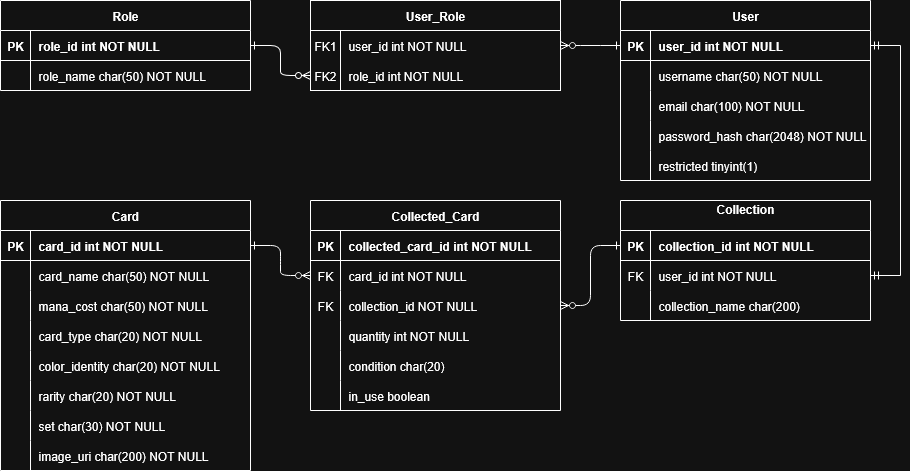
Above: Capstone-database-ERD.png in NikM3/Capstone-Wizards-Of-The-Code (draw.io), before the change. Source tidied: cells renumbered, new cells last; positions are measured from the earlier drawing's top-left corner, leaving out a move shared by most shapes.
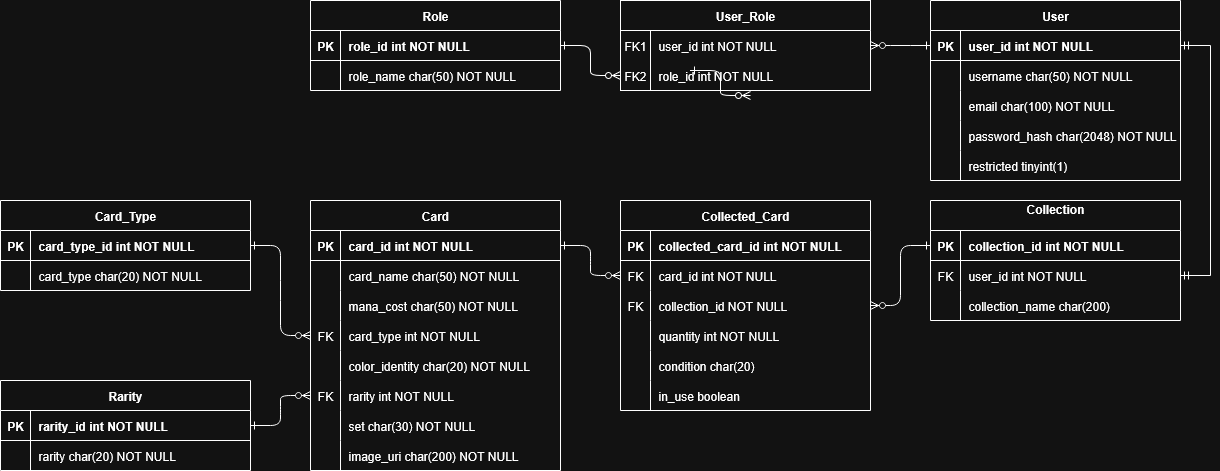
Above is the later version.

Commit message:
Expanded the database schema to add indexing to card_type and rarity

The edit, as a diff of the source:
```diff
@@ -5,8 +5,11 @@
     <mxCell id="2" style="edgeStyle=entityRelationEdgeStyle;endArrow=ERzeroToMany;startArrow=ERone;endFill=1;startFill=0;entryX=0;entryY=0.5;entryDx=0;entryDy=0;" parent="1" edge="1" source="28" target="8">
       <mxGeometry relative="1" as="geometry" />
     </mxCell>
-    <mxCell id="3" style="edgeStyle=entityRelationEdgeStyle;endArrow=ERzeroToMany;startArrow=ERone;endFill=1;startFill=0;" parent="1" edge="1" source="x" target="x">
-      <mxGeometry relative="1" as="geometry" />
+    <mxCell id="3" style="edgeStyle=entityRelationEdgeStyle;endArrow=ERzeroToMany;startArrow=ERone;endFill=1;startFill=0;" parent="1" edge="1">
+      <mxGeometry relative="1" as="geometry">
+        <mxPoint x="380" y="70" as="sourcePoint" />
+        <mxPoint x="440" y="95" as="targetPoint" />
+      </mxGeometry>
     </mxCell>
     <mxCell id="4" value="User_Role" style="shape=table;startSize=30;rowLines=0;fontStyle=1;align=center;" parent="1" vertex="1">
       <mxGeometry x="310" width="250" height="90" as="geometry" />
@@ -131,10 +134,10 @@
     <mxCell id="44" style="shape=partialRectangle;fillColor=none;points=[[0,0.5],[1,0.5]];portConstraint=eastwest;top=0;left=0;right=0;bottom=0;" parent="34" vertex="1">
       <mxGeometry y="120" width="250" height="30" as="geometry" />
     </mxCell>
-    <mxCell id="45" style="shape=partialRectangle;overflow=hidden;fillColor=none;top=0;left=0;bottom=0;right=0;" parent="44" vertex="1">
+    <mxCell id="45" value="FK" style="shape=partialRectangle;overflow=hidden;fillColor=none;top=0;left=0;bottom=0;right=0;" parent="44" vertex="1">
       <mxGeometry width="30" height="30" as="geometry" />
     </mxCell>
-    <mxCell id="46" value="card_type char(20) NOT NULL" style="shape=partialRectangle;overflow=hidden;fillColor=none;top=0;left=0;bottom=0;right=0;align=left;spacingLeft=6;" parent="44" vertex="1">
+    <mxCell id="46" value="card_type int NOT NULL" style="shape=partialRectangle;overflow=hidden;fillColor=none;top=0;left=0;bottom=0;right=0;align=left;spacingLeft=6;" parent="44" vertex="1">
       <mxGeometry x="30" width="220" height="30" as="geometry" />
     </mxCell>
     <mxCell id="47" style="shape=partialRectangle;fillColor=none;top=0;left=0;right=0;bottom=0;" parent="34" vertex="1">
@@ -149,10 +152,10 @@
     <mxCell id="50" style="shape=partialRectangle;fillColor=none;points=[[0,0.5],[1,0.5]];portConstraint=eastwest;top=0;left=0;right=0;bottom=0;" parent="34" vertex="1">
       <mxGeometry y="180" width="250" height="30" as="geometry" />
     </mxCell>
-    <mxCell id="51" style="shape=partialRectangle;overflow=hidden;fillColor=none;top=0;left=0;bottom=0;right=0;" parent="50" vertex="1">
+    <mxCell id="51" value="FK" style="shape=partialRectangle;overflow=hidden;fillColor=none;top=0;left=0;bottom=0;right=0;" parent="50" vertex="1">
       <mxGeometry width="30" height="30" as="geometry" />
     </mxCell>
-    <mxCell id="52" value="rarity char(20) NOT NULL" style="shape=partialRectangle;overflow=hidden;fillColor=none;top=0;left=0;bottom=0;right=0;align=left;spacingLeft=6;" parent="50" vertex="1">
+    <mxCell id="52" value="rarity int NOT NULL" style="shape=partialRectangle;overflow=hidden;fillColor=none;top=0;left=0;bottom=0;right=0;align=left;spacingLeft=6;" parent="50" vertex="1">
       <mxGeometry x="30" width="220" height="30" as="geometry" />
     </mxCell>
     <mxCell id="53" style="shape=partialRectangle;fillColor=none;top=0;left=0;right=0;bottom=0;" parent="34" vertex="1">
@@ -272,5 +275,53 @@
     <mxCell id="91" style="edgeStyle=entityRelationEdgeStyle;endArrow=ERzeroToMany;startArrow=ERone;endFill=1;startFill=0;entryX=0;entryY=0.5;entryDx=0;entryDy=0;exitX=1;exitY=0.5;exitDx=0;exitDy=0;" parent="1" edge="1" source="35" target="63">
       <mxGeometry relative="1" as="geometry" />
     </mxCell>
+    <mxCell id="92" value="Rarity" style="shape=table;startSize=30;rowLines=0;fontStyle=1;align=center;" parent="1" vertex="1">
+      <mxGeometry x="-310" y="380" width="250" height="90" as="geometry" />
+    </mxCell>
+    <mxCell id="93" style="shape=partialRectangle;fillColor=none;top=0;left=0;right=0;bottom=1;" parent="92" vertex="1">
+      <mxGeometry y="30" width="250" height="30" as="geometry" />
+    </mxCell>
+    <mxCell id="94" value="PK" style="shape=partialRectangle;overflow=hidden;fillColor=none;top=0;left=0;bottom=0;right=0;fontStyle=1;" parent="93" vertex="1">
+      <mxGeometry width="30" height="30" as="geometry" />
+    </mxCell>
+    <mxCell id="95" value="rarity_id int NOT NULL " style="shape=partialRectangle;overflow=hidden;fillColor=none;top=0;left=0;bottom=0;right=0;align=left;spacingLeft=6;fontStyle=1;" parent="93" vertex="1">
+      <mxGeometry x="30" width="220" height="30" as="geometry" />
+    </mxCell>
+    <mxCell id="96" style="shape=partialRectangle;fillColor=none;top=0;left=0;right=0;bottom=0;" parent="92" vertex="1">
+      <mxGeometry y="60" width="250" height="30" as="geometry" />
+    </mxCell>
+    <mxCell id="97" style="shape=partialRectangle;overflow=hidden;fillColor=none;top=0;left=0;bottom=0;right=0;" parent="96" vertex="1">
+      <mxGeometry width="30" height="30" as="geometry" />
+    </mxCell>
+    <mxCell id="98" value="rarity char(20) NOT NULL" style="shape=partialRectangle;overflow=hidden;fillColor=none;top=0;left=0;bottom=0;right=0;align=left;spacingLeft=6;" parent="96" vertex="1">
+      <mxGeometry x="30" width="220" height="30" as="geometry" />
+    </mxCell>
+    <mxCell id="99" value="Card_Type" style="shape=table;startSize=30;rowLines=0;fontStyle=1;align=center;" parent="1" vertex="1">
+      <mxGeometry x="-310" y="200" width="250" height="90" as="geometry" />
+    </mxCell>
+    <mxCell id="100" style="shape=partialRectangle;fillColor=none;points=[[0,0.5],[1,0.5]];portConstraint=eastwest;top=0;left=0;right=0;bottom=1;" parent="99" vertex="1">
+      <mxGeometry y="30" width="250" height="30" as="geometry" />
+    </mxCell>
+    <mxCell id="101" value="PK" style="shape=partialRectangle;overflow=hidden;fillColor=none;top=0;left=0;bottom=0;right=0;fontStyle=1;" parent="100" vertex="1">
+      <mxGeometry width="30" height="30" as="geometry" />
+    </mxCell>
+    <mxCell id="102" value="card_type_id int NOT NULL" style="shape=partialRectangle;overflow=hidden;fillColor=none;top=0;left=0;bottom=0;right=0;align=left;spacingLeft=6;fontStyle=1;" parent="100" vertex="1">
+      <mxGeometry x="30" width="220" height="30" as="geometry" />
+    </mxCell>
+    <mxCell id="103" style="shape=partialRectangle;fillColor=none;top=0;left=0;right=0;bottom=0;" parent="99" vertex="1">
+      <mxGeometry y="60" width="250" height="30" as="geometry" />
+    </mxCell>
+    <mxCell id="104" style="shape=partialRectangle;overflow=hidden;fillColor=none;top=0;left=0;bottom=0;right=0;" parent="103" vertex="1">
+      <mxGeometry width="30" height="30" as="geometry" />
+    </mxCell>
+    <mxCell id="105" value="card_type char(20) NOT NULL" style="shape=partialRectangle;overflow=hidden;fillColor=none;top=0;left=0;bottom=0;right=0;align=left;spacingLeft=6;" parent="103" vertex="1">
+      <mxGeometry x="30" width="220" height="30" as="geometry" />
+    </mxCell>
+    <mxCell id="106" style="edgeStyle=entityRelationEdgeStyle;endArrow=ERzeroToMany;startArrow=ERone;endFill=1;startFill=0;entryX=0;entryY=0.5;entryDx=0;entryDy=0;exitX=1;exitY=0.5;exitDx=0;exitDy=0;" parent="1" edge="1" source="100" target="44">
+      <mxGeometry relative="1" as="geometry" />
+    </mxCell>
+    <mxCell id="107" style="edgeStyle=entityRelationEdgeStyle;endArrow=ERzeroToMany;startArrow=ERone;endFill=1;startFill=0;entryX=0;entryY=0.5;entryDx=0;entryDy=0;exitX=1;exitY=0.5;exitDx=0;exitDy=0;" parent="1" edge="1" source="92" target="50">
+      <mxGeometry relative="1" as="geometry" />
+    </mxCell>
   </root>
 </mxGraphModel>
```
